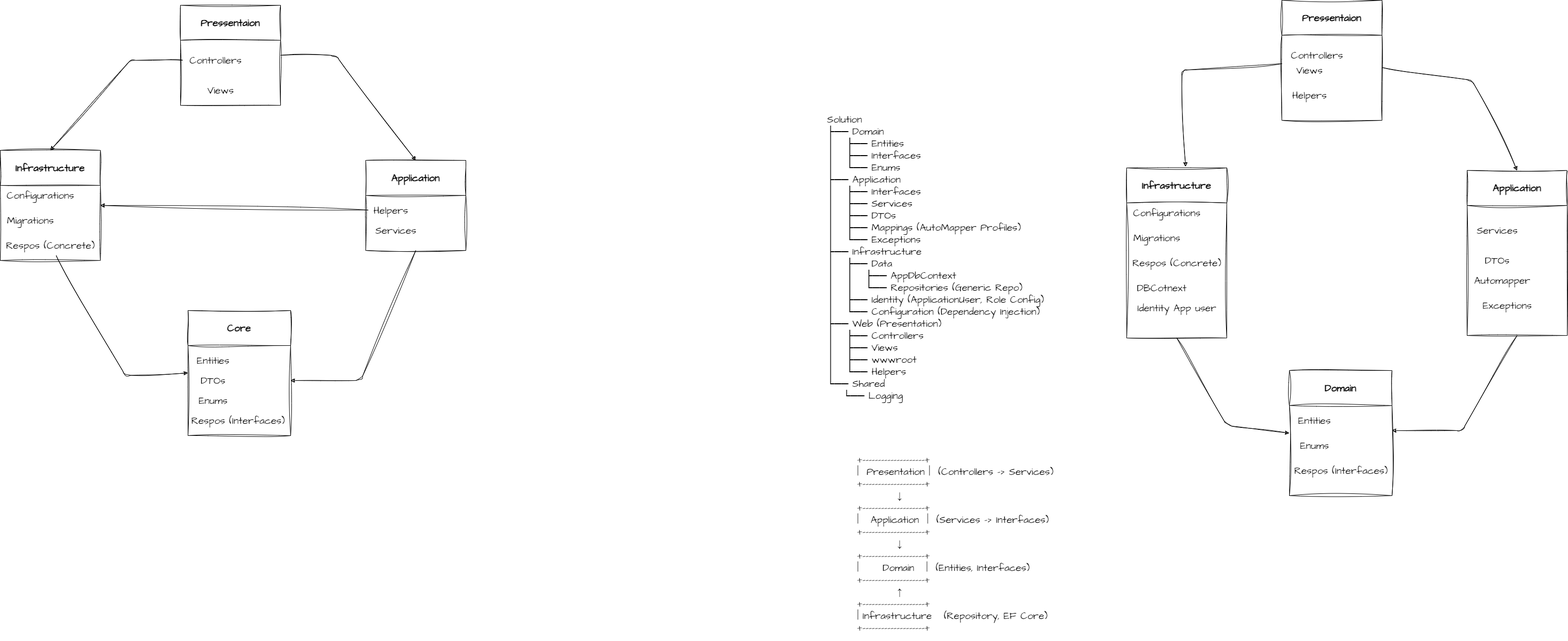
The draw.io diagram Architecture.drawio.png in Omar-Abo-Ziada/Products-Catalog, before a commit. Source tidied: cells renumbered, new cells last; positions are measured from the earlier drawing's top-left corner, leaving out a move shared by most shapes.
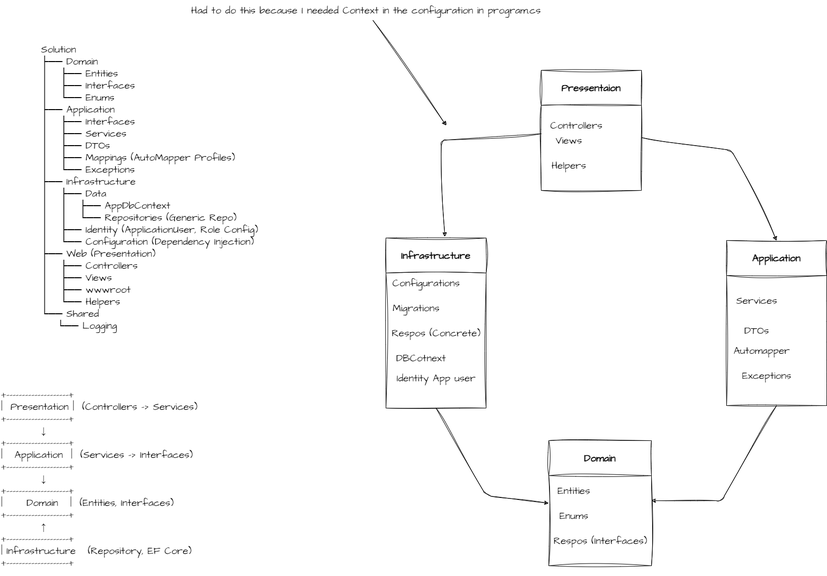
Later version of the same file.

What changed in the source:
```diff
@@ -2,85 +2,8 @@
   <root>
     <mxCell id="0" />
     <mxCell id="1" parent="0" />
-    <mxCell id="2" style="edgeStyle=none;sketch=1;hachureGap=4;jiggle=2;curveFitting=1;html=1;fontFamily=Architects Daughter;fontSource=https%3A%2F%2Ffonts.googleapis.com%2Fcss%3Ffamily%3DArchitects%2BDaughter;fontSize=16;exitX=0.5;exitY=1;exitDx=0;exitDy=0;" parent="1" edge="1" source="3">
-      <mxGeometry relative="1" as="geometry">
-        <mxPoint x="580" y="760" as="targetPoint" />
-        <Array as="points">
-          <mxPoint x="720" y="760" />
-        </Array>
-      </mxGeometry>
-    </mxCell>
-    <mxCell id="3" value="Application" style="swimlane;whiteSpace=wrap;html=1;sketch=1;hachureGap=4;jiggle=2;curveFitting=1;fontFamily=Architects Daughter;fontSource=https%3A%2F%2Ffonts.googleapis.com%2Fcss%3Ffamily%3DArchitects%2BDaughter;fontSize=20;startSize=70;" parent="1" vertex="1">
-      <mxGeometry x="730" y="320" width="200" height="180" as="geometry" />
-    </mxCell>
-    <mxCell id="4" value="Helpers" style="text;html=1;align=center;verticalAlign=middle;points=[];strokeColor=none;fillColor=none;fontSize=20;fontFamily=Architects Daughter;sketch=1;hachureGap=4;jiggle=2;curveFitting=1;fontSource=https%3A%2F%2Ffonts.googleapis.com%2Fcss%3Ffamily%3DArchitects%2BDaughter;" parent="3" vertex="1">
-      <mxGeometry x="5" y="80" width="90" height="40" as="geometry" />
-    </mxCell>
-    <mxCell id="5" value="Services" style="text;html=1;align=center;verticalAlign=middle;strokeColor=none;fillColor=none;fontSize=20;fontFamily=Architects Daughter;sketch=1;hachureGap=4;jiggle=2;curveFitting=1;fontSource=https%3A%2F%2Ffonts.googleapis.com%2Fcss%3Ffamily%3DArchitects%2BDaughter;" parent="3" vertex="1">
-      <mxGeometry x="5" y="120" width="110" height="40" as="geometry" />
-    </mxCell>
-    <mxCell id="6" value="Core" style="swimlane;whiteSpace=wrap;html=1;sketch=1;hachureGap=4;jiggle=2;curveFitting=1;fontFamily=Architects Daughter;fontSource=https%3A%2F%2Ffonts.googleapis.com%2Fcss%3Ffamily%3DArchitects%2BDaughter;fontSize=20;startSize=70;" parent="1" vertex="1">
-      <mxGeometry x="375" y="620" width="205" height="250" as="geometry" />
-    </mxCell>
-    <mxCell id="7" value="Entities" style="text;html=1;align=center;verticalAlign=middle;strokeColor=none;fillColor=none;fontSize=20;fontFamily=Architects Daughter;sketch=1;hachureGap=4;jiggle=2;curveFitting=1;fontSource=https%3A%2F%2Ffonts.googleapis.com%2Fcss%3Ffamily%3DArchitects%2BDaughter;" parent="6" vertex="1">
-      <mxGeometry x="5" y="80" width="90" height="40" as="geometry" />
-    </mxCell>
-    <mxCell id="8" value="DTOs" style="text;html=1;align=center;verticalAlign=middle;strokeColor=none;fillColor=none;fontSize=20;fontFamily=Architects Daughter;sketch=1;hachureGap=4;jiggle=2;curveFitting=1;fontSource=https%3A%2F%2Ffonts.googleapis.com%2Fcss%3Ffamily%3DArchitects%2BDaughter;" parent="6" vertex="1">
-      <mxGeometry x="15" y="120" width="70" height="40" as="geometry" />
-    </mxCell>
-    <mxCell id="9" value="Enums" style="text;html=1;align=center;verticalAlign=middle;strokeColor=none;fillColor=none;fontSize=20;fontFamily=Architects Daughter;sketch=1;hachureGap=4;jiggle=2;curveFitting=1;fontSource=https%3A%2F%2Ffonts.googleapis.com%2Fcss%3Ffamily%3DArchitects%2BDaughter;" parent="6" vertex="1">
-      <mxGeometry x="10" y="160" width="80" height="40" as="geometry" />
-    </mxCell>
-    <mxCell id="10" value="Respos (Interfaces)" style="text;html=1;align=center;verticalAlign=middle;strokeColor=none;fillColor=none;fontSize=20;fontFamily=Architects Daughter;sketch=1;hachureGap=4;jiggle=2;curveFitting=1;fontSource=https%3A%2F%2Ffonts.googleapis.com%2Fcss%3Ffamily%3DArchitects%2BDaughter;" parent="6" vertex="1">
-      <mxGeometry x="-5" y="200" width="210" height="40" as="geometry" />
-    </mxCell>
-    <mxCell id="11" value="Infrastructure" style="swimlane;whiteSpace=wrap;html=1;sketch=1;hachureGap=4;jiggle=2;curveFitting=1;fontFamily=Architects Daughter;fontSource=https%3A%2F%2Ffonts.googleapis.com%2Fcss%3Ffamily%3DArchitects%2BDaughter;fontSize=20;startSize=70;" parent="1" vertex="1">
-      <mxGeometry y="300" width="200" height="220" as="geometry" />
-    </mxCell>
-    <mxCell id="12" value="Configurations" style="text;html=1;align=center;verticalAlign=middle;strokeColor=none;fillColor=none;fontSize=20;fontFamily=Architects Daughter;sketch=1;hachureGap=4;jiggle=2;curveFitting=1;fontSource=https%3A%2F%2Ffonts.googleapis.com%2Fcss%3Ffamily%3DArchitects%2BDaughter;" parent="11" vertex="1">
-      <mxGeometry y="70" width="160" height="40" as="geometry" />
-    </mxCell>
-    <mxCell id="13" value="Migrations" style="text;html=1;align=center;verticalAlign=middle;strokeColor=none;fillColor=none;fontSize=20;fontFamily=Architects Daughter;sketch=1;hachureGap=4;jiggle=2;curveFitting=1;fontSource=https%3A%2F%2Ffonts.googleapis.com%2Fcss%3Ffamily%3DArchitects%2BDaughter;" parent="11" vertex="1">
-      <mxGeometry y="120" width="120" height="40" as="geometry" />
-    </mxCell>
-    <mxCell id="14" value="Respos (Concrete)" style="text;html=1;align=center;verticalAlign=middle;points=[];strokeColor=none;fillColor=none;fontSize=20;fontFamily=Architects Daughter;sketch=1;hachureGap=4;jiggle=2;curveFitting=1;fontSource=https%3A%2F%2Ffonts.googleapis.com%2Fcss%3Ffamily%3DArchitects%2BDaughter;" parent="11" vertex="1">
-      <mxGeometry y="170" width="200" height="40" as="geometry" />
-    </mxCell>
-    <mxCell id="15" style="edgeStyle=none;sketch=1;hachureGap=4;jiggle=2;curveFitting=1;html=1;entryX=0.5;entryY=0;entryDx=0;entryDy=0;fontFamily=Architects Daughter;fontSource=https%3A%2F%2Ffonts.googleapis.com%2Fcss%3Ffamily%3DArchitects%2BDaughter;fontSize=16;" parent="1" edge="1" source="16" target="3">
-      <mxGeometry relative="1" as="geometry">
-        <Array as="points">
-          <mxPoint x="670" y="110" />
-        </Array>
-      </mxGeometry>
-    </mxCell>
-    <mxCell id="16" value="Pressentaion" style="swimlane;whiteSpace=wrap;html=1;sketch=1;hachureGap=4;jiggle=2;curveFitting=1;fontFamily=Architects Daughter;fontSource=https%3A%2F%2Ffonts.googleapis.com%2Fcss%3Ffamily%3DArchitects%2BDaughter;fontSize=20;startSize=70;" parent="1" vertex="1">
-      <mxGeometry x="360" y="10" width="200" height="200" as="geometry" />
-    </mxCell>
-    <mxCell id="17" value="Controllers" style="text;html=1;align=center;verticalAlign=middle;points=[];strokeColor=none;fillColor=none;fontSize=20;fontFamily=Architects Daughter;sketch=1;hachureGap=4;jiggle=2;curveFitting=1;fontSource=https%3A%2F%2Ffonts.googleapis.com%2Fcss%3Ffamily%3DArchitects%2BDaughter;" parent="16" vertex="1">
-      <mxGeometry x="5" y="90" width="130" height="40" as="geometry" />
-    </mxCell>
-    <mxCell id="18" value="Views" style="text;html=1;align=center;verticalAlign=middle;strokeColor=none;fillColor=none;fontSize=20;fontFamily=Architects Daughter;sketch=1;hachureGap=4;jiggle=2;curveFitting=1;fontSource=https%3A%2F%2Ffonts.googleapis.com%2Fcss%3Ffamily%3DArchitects%2BDaughter;" parent="16" vertex="1">
-      <mxGeometry x="40" y="150" width="80" height="40" as="geometry" />
-    </mxCell>
-    <mxCell id="19" style="edgeStyle=none;sketch=1;hachureGap=4;jiggle=2;curveFitting=1;html=1;entryX=0.5;entryY=0;entryDx=0;entryDy=0;fontFamily=Architects Daughter;fontSource=https%3A%2F%2Ffonts.googleapis.com%2Fcss%3Ffamily%3DArchitects%2BDaughter;fontSize=16;" parent="1" edge="1" source="17" target="11">
-      <mxGeometry relative="1" as="geometry">
-        <Array as="points">
-          <mxPoint x="260" y="120" />
-        </Array>
-      </mxGeometry>
-    </mxCell>
-    <mxCell id="20" style="edgeStyle=none;sketch=1;hachureGap=4;jiggle=2;curveFitting=1;html=1;entryX=0;entryY=0.5;entryDx=0;entryDy=0;fontFamily=Architects Daughter;fontSource=https%3A%2F%2Ffonts.googleapis.com%2Fcss%3Ffamily%3DArchitects%2BDaughter;fontSize=16;" parent="1" edge="1" source="14" target="6">
-      <mxGeometry relative="1" as="geometry">
-        <Array as="points">
-          <mxPoint x="250" y="750" />
-        </Array>
-      </mxGeometry>
-    </mxCell>
-    <mxCell id="21" style="edgeStyle=none;sketch=1;hachureGap=4;jiggle=2;curveFitting=1;html=1;entryX=1;entryY=0.5;entryDx=0;entryDy=0;fontFamily=Architects Daughter;fontSource=https%3A%2F%2Ffonts.googleapis.com%2Fcss%3Ffamily%3DArchitects%2BDaughter;fontSize=16;" parent="1" edge="1" source="4" target="11">
-      <mxGeometry relative="1" as="geometry" />
-    </mxCell>
     <mxCell id="22" value="Solution&#10;├── Domain&#10;│   ├── Entities&#10;│   ├── Interfaces&#10;│   └── Enums&#10;├── Application&#10;│   ├── Interfaces&#10;│   ├── Services&#10;│   ├── DTOs&#10;│   ├── Mappings (AutoMapper Profiles)&#10;│   └── Exceptions&#10;├── Infrastructure&#10;│   ├── Data&#10;│   │   ├── AppDbContext&#10;│   │   └── Repositories (Generic Repo)&#10;│   ├── Identity (ApplicationUser, Role Config)&#10;│   └── Configuration (Dependency Injection)&#10;├── Web (Presentation)&#10;│   ├── Controllers&#10;│   ├── Views&#10;│   ├── wwwroot&#10;│   └── Helpers&#10;└── Shared&#10;    └── Logging" style="text;whiteSpace=wrap;html=1;fontSize=20;fontFamily=Architects Daughter;" parent="1" vertex="1">
-      <mxGeometry x="1650" y="220" width="470" height="600" as="geometry" />
+      <mxGeometry x="1560" y="-60" width="470" height="600" as="geometry" />
     </mxCell>
     <mxCell id="23" style="edgeStyle=none;sketch=1;hachureGap=4;jiggle=2;curveFitting=1;html=1;fontFamily=Architects Daughter;fontSource=https%3A%2F%2Ffonts.googleapis.com%2Fcss%3Ffamily%3DArchitects%2BDaughter;fontSize=16;exitX=0.5;exitY=1;exitDx=0;exitDy=0;" parent="1" edge="1" source="24">
       <mxGeometry relative="1" as="geometry">
@@ -169,7 +92,15 @@
       </mxGeometry>
     </mxCell>
     <mxCell id="46" value="+--------------------+&lt;br&gt;|&amp;nbsp; Presentation |&amp;nbsp; (Controllers -&amp;gt; Services)&lt;br&gt;+--------------------+&amp;nbsp; &amp;nbsp;&lt;br&gt;&amp;nbsp; &amp;nbsp; &amp;nbsp; &amp;nbsp; &amp;nbsp; ↓&amp;nbsp; &amp;nbsp; &amp;nbsp; &amp;nbsp; &amp;nbsp; &amp;nbsp;&lt;br&gt;+--------------------+&lt;br&gt;|&amp;nbsp; &amp;nbsp;Application&amp;nbsp; |&amp;nbsp; (Services -&amp;gt; Interfaces)&lt;br&gt;+--------------------+&amp;nbsp; &amp;nbsp;&lt;br&gt;&amp;nbsp; &amp;nbsp; &amp;nbsp; &amp;nbsp; &amp;nbsp; ↓&lt;br&gt;+--------------------+&lt;br&gt;|&amp;nbsp; &amp;nbsp; &amp;nbsp; Domain&amp;nbsp; &amp;nbsp;|&amp;nbsp; (Entities, Interfaces)&lt;br&gt;+--------------------+&amp;nbsp; &amp;nbsp;&lt;br&gt;&amp;nbsp; &amp;nbsp; &amp;nbsp; &amp;nbsp; &amp;nbsp; ↑&lt;br&gt;+--------------------+&lt;br&gt;| Infrastructure&amp;nbsp; &amp;nbsp;(Repository, EF Core)&lt;br&gt;+--------------------+" style="text;whiteSpace=wrap;html=1;fontSize=20;fontFamily=Architects Daughter;" parent="1" vertex="1">
-      <mxGeometry x="1710" y="900" width="470" height="380" as="geometry" />
+      <mxGeometry x="1480" y="630" width="470" height="380" as="geometry" />
     </mxCell>
+    <mxCell id="47" style="edgeStyle=none;sketch=1;hachureGap=4;jiggle=2;curveFitting=1;html=1;fontFamily=Architects Daughter;fontSource=https%3A%2F%2Ffonts.googleapis.com%2Fcss%3Ffamily%3DArchitects%2BDaughter;fontSize=16;" parent="1" edge="1" source="48">
+      <mxGeometry relative="1" as="geometry">
+        <mxPoint x="2370" y="110" as="targetPoint" />
+      </mxGeometry>
+    </mxCell>
+    <mxCell id="48" value="Had to do this because I needed Context in the configuration in program.cs" style="text;html=1;align=center;verticalAlign=middle;points=[];strokeColor=none;fillColor=none;fontSize=20;fontFamily=Architects Daughter;sketch=1;hachureGap=4;jiggle=2;curveFitting=1;fontSource=https%3A%2F%2Ffonts.googleapis.com%2Fcss%3Ffamily%3DArchitects%2BDaughter;" parent="1" vertex="1">
+      <mxGeometry x="1850" y="-140" width="720" height="40" as="geometry" />
+    </mxCell>
   </root>
 </mxGraphModel>
```
